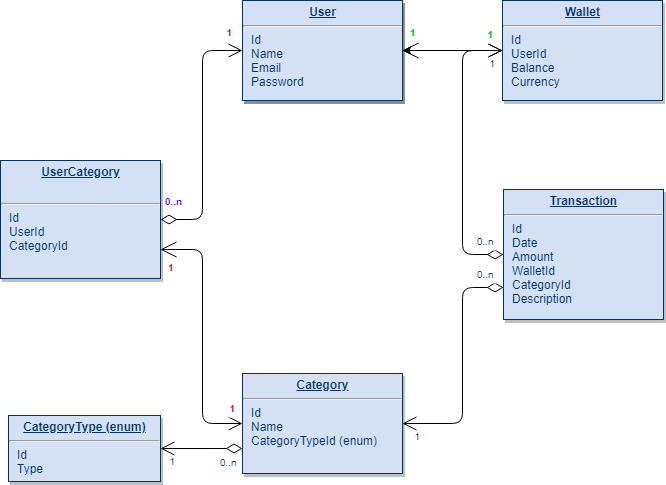
This is model/uml/UML Scheme.png from AzatOmarov/Budget, a draw.io export, as it was before one commit. Source tidied: cells renumbered, new cells last; positions are measured from the earlier drawing's top-left corner, leaving out a move shared by most shapes.
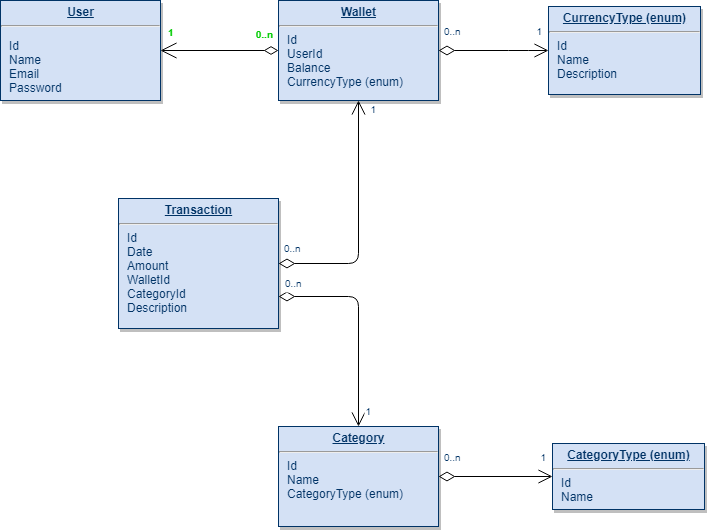
Above is the later version.

Commit message:
add new uml scheme, pictures for design

Change to the diagram source:
```diff
@@ -3,126 +3,99 @@
     <mxCell id="0" />
     <mxCell id="1" parent="0" />
     <mxCell id="2" value="&lt;p style=&quot;margin: 0px ; margin-top: 4px ; text-align: center ; text-decoration: underline&quot;&gt;&lt;strong&gt;User&lt;/strong&gt;&lt;/p&gt;&lt;hr&gt;&lt;p style=&quot;margin: 0px 0px 0px 8px ; font-size: 5px&quot;&gt;&lt;br&gt;&lt;/p&gt;&lt;p style=&quot;margin: 0px ; margin-left: 8px&quot;&gt;Id&lt;/p&gt;&lt;p style=&quot;margin: 0px ; margin-left: 8px&quot;&gt;Name&lt;br&gt;&lt;/p&gt;&lt;p style=&quot;margin: 0px ; margin-left: 8px&quot;&gt;Email&lt;/p&gt;&lt;p style=&quot;margin: 0px ; margin-left: 8px&quot;&gt;Password&lt;/p&gt;" style="verticalAlign=top;align=left;overflow=fill;fontSize=12;fontFamily=Helvetica;html=1;strokeColor=#003366;shadow=1;fillColor=#D4E1F5;fontColor=#003366;" parent="1" vertex="1">
-      <mxGeometry x="242" width="160" height="100" as="geometry" />
+      <mxGeometry x="-11" y="2" width="160" height="100" as="geometry" />
     </mxCell>
-    <mxCell id="3" style="edgeStyle=orthogonalEdgeStyle;rounded=0;jettySize=auto;html=1;" parent="1" edge="1" source="4" target="5">
-      <mxGeometry relative="1" as="geometry" />
-    </mxCell>
-    <mxCell id="4" value="&lt;p style=&quot;margin: 0px ; margin-top: 4px ; text-align: center ; text-decoration: underline&quot;&gt;&lt;strong&gt;Wallet&lt;/strong&gt;&lt;/p&gt;&lt;hr&gt;&lt;p style=&quot;margin: 0px ; margin-left: 8px&quot;&gt;Id&lt;/p&gt;&lt;p style=&quot;margin: 0px ; margin-left: 8px&quot;&gt;UserId&lt;br&gt;&lt;/p&gt;&lt;p style=&quot;margin: 0px ; margin-left: 8px&quot;&gt;Balance&lt;/p&gt;&lt;p style=&quot;margin: 0px ; margin-left: 8px&quot;&gt;Currency&lt;/p&gt;" style="verticalAlign=top;align=left;overflow=fill;fontSize=12;fontFamily=Helvetica;html=1;strokeColor=#003366;shadow=1;fillColor=#D4E1F5;fontColor=#003366;" parent="1" vertex="1">
-      <mxGeometry x="502" width="160" height="100" as="geometry" />
+    <mxCell id="4" value="&lt;p style=&quot;margin: 0px ; margin-top: 4px ; text-align: center ; text-decoration: underline&quot;&gt;&lt;strong&gt;Wallet&lt;/strong&gt;&lt;/p&gt;&lt;hr&gt;&lt;p style=&quot;margin: 0px ; margin-left: 8px&quot;&gt;Id&lt;/p&gt;&lt;p style=&quot;margin: 0px ; margin-left: 8px&quot;&gt;UserId&lt;br&gt;&lt;/p&gt;&lt;p style=&quot;margin: 0px ; margin-left: 8px&quot;&gt;Balance&lt;/p&gt;&lt;p style=&quot;margin: 0px ; margin-left: 8px&quot;&gt;CurrencyType (enum)&lt;/p&gt;" style="verticalAlign=top;align=left;overflow=fill;fontSize=12;fontFamily=Helvetica;html=1;strokeColor=#003366;shadow=1;fillColor=#D4E1F5;fontColor=#003366;" parent="1" vertex="1">
+      <mxGeometry x="267" y="2" width="160" height="100" as="geometry" />
     </mxCell>
-    <mxCell id="5" value="&lt;p style=&quot;margin: 0px ; margin-top: 4px ; text-align: center ; text-decoration: underline&quot;&gt;&lt;strong&gt;User&lt;/strong&gt;&lt;/p&gt;&lt;hr&gt;&lt;p style=&quot;margin: 0px ; margin-left: 8px&quot;&gt;Id&lt;/p&gt;&lt;p style=&quot;margin: 0px ; margin-left: 8px&quot;&gt;Name&lt;br&gt;&lt;/p&gt;&lt;p style=&quot;margin: 0px ; margin-left: 8px&quot;&gt;Email&lt;/p&gt;&lt;p style=&quot;margin: 0px ; margin-left: 8px&quot;&gt;Password&lt;/p&gt;" style="verticalAlign=top;align=left;overflow=fill;fontSize=12;fontFamily=Helvetica;html=1;strokeColor=#003366;shadow=1;fillColor=#D4E1F5;fontColor=#003366;" parent="1" vertex="1">
-      <mxGeometry x="242" width="160" height="100" as="geometry" />
-    </mxCell>
-    <mxCell id="6" style="endArrow=open;endSize=12;startArrow=open;startSize=14;startFill=0;edgeStyle=orthogonalEdgeStyle;exitX=1;exitY=0.5;exitDx=0;exitDy=0;entryX=0;entryY=0.5;entryDx=0;entryDy=0;" parent="1" edge="1" source="2" target="4">
-      <mxGeometry x="529.4" y="210" as="geometry" />
+    <mxCell id="6" style="endArrow=diamondThin;endSize=12;startArrow=open;startSize=14;startFill=0;edgeStyle=orthogonalEdgeStyle;exitX=1;exitY=0.5;exitDx=0;exitDy=0;entryX=0;entryY=0.5;entryDx=0;entryDy=0;endFill=0;" parent="1" edge="1" source="2" target="4">
+      <mxGeometry x="514.4" y="212" as="geometry" />
     </mxCell>
     <mxCell id="7" value="1" style="align=left;verticalAlign=top;labelBackgroundColor=#ffffff;fontSize=10;strokeColor=#003366;shadow=1;fillColor=#D4E1F5;fontColor=#00CC00;fontStyle=1;" parent="6" vertex="1">
       <mxGeometry x="-1" relative="1" as="geometry">
         <mxPoint x="5" y="-31" as="offset" />
       </mxGeometry>
     </mxCell>
-    <mxCell id="8" value="1" style="align=right;verticalAlign=top;labelBackgroundColor=#ffffff;fontSize=10;strokeColor=#003366;shadow=1;fillColor=#D4E1F5;fontColor=#00CC00;spacing=2;fontStyle=1;" parent="6" vertex="1">
+    <mxCell id="8" value="0..n" style="align=right;verticalAlign=top;labelBackgroundColor=#ffffff;fontSize=10;strokeColor=#003366;shadow=1;fillColor=#D4E1F5;fontColor=#00CC00;spacing=2;fontStyle=1;" parent="6" vertex="1">
       <mxGeometry x="1" relative="1" as="geometry">
-        <mxPoint x="-7" y="-29" as="offset" />
+        <mxPoint x="-3" y="-29" as="offset" />
       </mxGeometry>
     </mxCell>
-    <mxCell id="9" value="&lt;p style=&quot;margin: 0px ; margin-top: 4px ; text-align: center ; text-decoration: underline&quot;&gt;&lt;b&gt;UserCategory&lt;/b&gt;&lt;/p&gt;&lt;p style=&quot;margin: 0px ; margin-top: 4px ; text-align: center ; text-decoration: underline&quot;&gt;&lt;br&gt;&lt;/p&gt;&lt;hr&gt;&lt;p style=&quot;margin: 0px ; margin-left: 8px&quot;&gt;Id&lt;/p&gt;&lt;p style=&quot;margin: 0px ; margin-left: 8px&quot;&gt;&lt;span&gt;UserId&lt;/span&gt;&lt;/p&gt;&lt;p style=&quot;margin: 0px ; margin-left: 8px&quot;&gt;CategoryId&amp;nbsp;&lt;/p&gt;" style="verticalAlign=top;align=left;overflow=fill;fontSize=12;fontFamily=Helvetica;html=1;strokeColor=#003366;shadow=1;fillColor=#D4E1F5;fontColor=#003366;" parent="1" vertex="1">
-      <mxGeometry y="160" width="160" height="118" as="geometry" />
-    </mxCell>
     <mxCell id="10" value="&lt;p style=&quot;margin: 0px ; margin-top: 4px ; text-align: center ; text-decoration: underline&quot;&gt;&lt;strong&gt;Transaction&lt;/strong&gt;&lt;/p&gt;&lt;hr&gt;&lt;p style=&quot;margin: 0px ; margin-left: 8px&quot;&gt;Id&lt;/p&gt;&lt;p style=&quot;margin: 0px ; margin-left: 8px&quot;&gt;Date&lt;/p&gt;&lt;p style=&quot;margin: 0px ; margin-left: 8px&quot;&gt;Amount&lt;/p&gt;&lt;p style=&quot;margin: 0px ; margin-left: 8px&quot;&gt;WalletId&lt;/p&gt;&lt;p style=&quot;margin: 0px ; margin-left: 8px&quot;&gt;CategoryId&lt;/p&gt;&lt;p style=&quot;margin: 0px ; margin-left: 8px&quot;&gt;Description&lt;/p&gt;" style="verticalAlign=top;align=left;overflow=fill;fontSize=12;fontFamily=Helvetica;html=1;strokeColor=#003366;shadow=1;fillColor=#D4E1F5;fontColor=#003366;" parent="1" vertex="1">
-      <mxGeometry x="503" y="189" width="160" height="130" as="geometry" />
+      <mxGeometry x="107" y="200" width="160" height="130" as="geometry" />
     </mxCell>
-    <mxCell id="11" style="endArrow=open;endSize=12;startArrow=diamondThin;startSize=14;startFill=0;edgeStyle=orthogonalEdgeStyle;entryX=1;entryY=0.5;entryDx=0;entryDy=0;exitX=0;exitY=0.75;exitDx=0;exitDy=0;" parent="1" edge="1" source="10" target="14">
-      <mxGeometry x="729.4" y="772" as="geometry">
+    <mxCell id="11" style="endArrow=open;endSize=12;startArrow=diamondThin;startSize=14;startFill=0;edgeStyle=orthogonalEdgeStyle;exitX=1;exitY=0.75;exitDx=0;exitDy=0;entryX=0.5;entryY=0;entryDx=0;entryDy=0;" parent="1" edge="1" source="10" target="14">
+      <mxGeometry x="714.4" y="774" as="geometry">
         <Array as="points">
-          <mxPoint x="462" y="287" />
-          <mxPoint x="462" y="423" />
+          <mxPoint x="347" y="298" />
         </Array>
       </mxGeometry>
     </mxCell>
     <mxCell id="12" value="0..n" style="align=left;verticalAlign=top;labelBackgroundColor=#ffffff;fontSize=10;strokeColor=#003366;shadow=1;fillColor=#D4E1F5;fontColor=#003366;" parent="11" vertex="1">
       <mxGeometry x="-1" relative="1" as="geometry">
-        <mxPoint x="-29" y="-26" as="offset" />
+        <mxPoint x="4" y="-26" as="offset" />
       </mxGeometry>
     </mxCell>
     <mxCell id="13" value="1" style="align=right;verticalAlign=top;labelBackgroundColor=#ffffff;fontSize=10;strokeColor=#003366;shadow=1;fillColor=#D4E1F5;fontColor=#003366;" parent="11" vertex="1">
       <mxGeometry x="1" relative="1" as="geometry">
-        <mxPoint x="20" as="offset" />
+        <mxPoint x="15" y="-28" as="offset" />
       </mxGeometry>
     </mxCell>
-    <mxCell id="14" value="&lt;p style=&quot;margin: 0px ; margin-top: 4px ; text-align: center ; text-decoration: underline&quot;&gt;&lt;strong&gt;Category&lt;/strong&gt;&lt;/p&gt;&lt;hr&gt;&lt;p style=&quot;margin: 0px ; margin-left: 8px&quot;&gt;Id&lt;/p&gt;&lt;p style=&quot;margin: 0px ; margin-left: 8px&quot;&gt;&lt;span&gt;Name&lt;/span&gt;&lt;/p&gt;&lt;p style=&quot;margin: 0px ; margin-left: 8px&quot;&gt;&lt;span&gt;CategoryTypeId (enum)&lt;/span&gt;&lt;/p&gt;" style="verticalAlign=top;align=left;overflow=fill;fontSize=12;fontFamily=Helvetica;html=1;strokeColor=#003366;shadow=1;fillColor=#D4E1F5;fontColor=#003366;" parent="1" vertex="1">
-      <mxGeometry x="242" y="373" width="160" height="100" as="geometry" />
+    <mxCell id="14" value="&lt;p style=&quot;margin: 0px ; margin-top: 4px ; text-align: center ; text-decoration: underline&quot;&gt;&lt;strong&gt;Category&lt;/strong&gt;&lt;/p&gt;&lt;hr&gt;&lt;p style=&quot;margin: 0px ; margin-left: 8px&quot;&gt;Id&lt;/p&gt;&lt;p style=&quot;margin: 0px ; margin-left: 8px&quot;&gt;&lt;span&gt;Name&lt;/span&gt;&lt;/p&gt;&lt;p style=&quot;margin: 0px ; margin-left: 8px&quot;&gt;&lt;span&gt;CategoryType (enum)&lt;/span&gt;&lt;/p&gt;" style="verticalAlign=top;align=left;overflow=fill;fontSize=12;fontFamily=Helvetica;html=1;strokeColor=#003366;shadow=1;fillColor=#D4E1F5;fontColor=#003366;" parent="1" vertex="1">
+      <mxGeometry x="267" y="428" width="160" height="100" as="geometry" />
     </mxCell>
-    <mxCell id="15" value="&lt;p style=&quot;margin: 0px ; margin-top: 4px ; text-align: center ; text-decoration: underline&quot;&gt;&lt;strong&gt;CategoryType (enum)&lt;/strong&gt;&lt;/p&gt;&lt;hr&gt;&lt;p style=&quot;margin: 0px ; margin-left: 8px&quot;&gt;Id&lt;/p&gt;&lt;p style=&quot;margin: 0px ; margin-left: 8px&quot;&gt;&lt;span&gt;Type&lt;/span&gt;&lt;/p&gt;" style="verticalAlign=top;align=left;overflow=fill;fontSize=12;fontFamily=Helvetica;html=1;strokeColor=#003366;shadow=1;fillColor=#D4E1F5;fontColor=#003366;" parent="1" vertex="1">
-      <mxGeometry x="8" y="415" width="152" height="66" as="geometry" />
+    <mxCell id="15" value="&lt;p style=&quot;margin: 0px ; margin-top: 4px ; text-align: center ; text-decoration: underline&quot;&gt;&lt;strong&gt;CategoryType (enum)&lt;/strong&gt;&lt;/p&gt;&lt;hr&gt;&lt;p style=&quot;margin: 0px ; margin-left: 8px&quot;&gt;Id&lt;/p&gt;&lt;p style=&quot;margin: 0px ; margin-left: 8px&quot;&gt;Name&lt;/p&gt;" style="verticalAlign=top;align=left;overflow=fill;fontSize=12;fontFamily=Helvetica;html=1;strokeColor=#003366;shadow=1;fillColor=#D4E1F5;fontColor=#003366;" parent="1" vertex="1">
+      <mxGeometry x="541" y="445" width="152" height="66" as="geometry" />
     </mxCell>
-    <mxCell id="16" style="endArrow=open;endSize=12;startArrow=diamondThin;startSize=14;startFill=0;edgeStyle=orthogonalEdgeStyle;exitX=1;exitY=0.5;exitDx=0;exitDy=0;entryX=0;entryY=0.5;entryDx=0;entryDy=0;" parent="1" edge="1" source="9" target="2">
-      <mxGeometry x="800.4" y="210" as="geometry">
-        <Array as="points">
-          <mxPoint x="202" y="219" />
-          <mxPoint x="202" y="50" />
-        </Array>
-      </mxGeometry>
-    </mxCell>
-    <mxCell id="17" value="0..n" style="align=left;verticalAlign=top;labelBackgroundColor=#ffffff;fontSize=10;strokeColor=#003366;shadow=1;fillColor=#D4E1F5;fontColor=#6600CC;fontStyle=1;" parent="16" vertex="1">
-      <mxGeometry x="-1" relative="1" as="geometry">
-        <mxPoint x="2" y="-31" as="offset" />
-      </mxGeometry>
-    </mxCell>
-    <mxCell id="18" value="1" style="align=right;verticalAlign=top;labelBackgroundColor=#ffffff;fontSize=10;strokeColor=#003366;shadow=1;fillColor=#D4E1F5;fontColor=#6600CC;fontStyle=1;" parent="16" vertex="1">
-      <mxGeometry x="1" relative="1" as="geometry">
-        <mxPoint x="-8" y="-31" as="offset" />
-      </mxGeometry>
-    </mxCell>
-    <mxCell id="19" style="endArrow=open;endSize=12;startArrow=open;startSize=14;startFill=0;edgeStyle=orthogonalEdgeStyle;exitX=1;exitY=0.75;exitDx=0;exitDy=0;entryX=0;entryY=0.5;entryDx=0;entryDy=0;" parent="1" edge="1" source="9" target="14">
-      <mxGeometry x="810.4" y="220" as="geometry">
-        <Array as="points">
-          <mxPoint x="202" y="249" />
-          <mxPoint x="202" y="423" />
-        </Array>
-      </mxGeometry>
-    </mxCell>
-    <mxCell id="20" value="1" style="align=left;verticalAlign=top;labelBackgroundColor=#ffffff;fontSize=10;strokeColor=#003366;shadow=1;fillColor=#D4E1F5;fontColor=#CC0000;fontStyle=1;" parent="19" vertex="1">
-      <mxGeometry x="-1" relative="1" as="geometry">
-        <mxPoint x="5" y="5" as="offset" />
-      </mxGeometry>
-    </mxCell>
-    <mxCell id="21" value="1" style="align=right;verticalAlign=top;labelBackgroundColor=#ffffff;fontSize=10;strokeColor=#003366;shadow=1;fillColor=#D4E1F5;fontColor=#CC0000;fontStyle=1;" parent="19" vertex="1">
-      <mxGeometry x="1" relative="1" as="geometry">
-        <mxPoint x="-5" y="-28" as="offset" />
-      </mxGeometry>
-    </mxCell>
-    <mxCell id="22" style="endArrow=open;endSize=12;startArrow=diamondThin;startSize=14;startFill=0;edgeStyle=orthogonalEdgeStyle;entryX=1;entryY=0.5;entryDx=0;entryDy=0;exitX=0;exitY=0.75;exitDx=0;exitDy=0;" parent="1" edge="1" source="14" target="15">
-      <mxGeometry x="872.4" y="909" as="geometry" />
-    </mxCell>
-    <mxCell id="23" value="0..n" style="align=left;verticalAlign=top;labelBackgroundColor=#ffffff;fontSize=10;strokeColor=#003366;shadow=1;fillColor=#D4E1F5;fontColor=#003366;" parent="22" vertex="1">
-      <mxGeometry x="-1" relative="1" as="geometry">
-        <mxPoint x="-25" y="1" as="offset" />
-      </mxGeometry>
-    </mxCell>
-    <mxCell id="24" value="1" style="align=right;verticalAlign=top;labelBackgroundColor=#ffffff;fontSize=10;strokeColor=#003366;shadow=1;fillColor=#D4E1F5;fontColor=#003366;" parent="22" vertex="1">
-      <mxGeometry x="1" relative="1" as="geometry">
-        <mxPoint x="17" as="offset" />
-      </mxGeometry>
-    </mxCell>
-    <mxCell id="25" style="endArrow=open;endSize=12;startArrow=diamondThin;startSize=14;startFill=0;edgeStyle=orthogonalEdgeStyle;exitX=0;exitY=0.5;exitDx=0;exitDy=0;entryX=0;entryY=0.5;entryDx=0;entryDy=0;" parent="1" edge="1" source="10" target="4">
-      <mxGeometry x="739.4" y="782" as="geometry">
+    <mxCell id="25" style="endArrow=open;endSize=12;startArrow=diamondThin;startSize=14;startFill=0;edgeStyle=orthogonalEdgeStyle;exitX=1;exitY=0.5;exitDx=0;exitDy=0;entryX=0.5;entryY=1;entryDx=0;entryDy=0;" parent="1" edge="1" source="10" target="4">
+      <mxGeometry x="724.4" y="784" as="geometry">
         <Array as="points">
-          <mxPoint x="462" y="254" />
-          <mxPoint x="462" y="50" />
+          <mxPoint x="347" y="265" />
         </Array>
       </mxGeometry>
     </mxCell>
     <mxCell id="26" value="0..n" style="align=left;verticalAlign=top;labelBackgroundColor=#ffffff;fontSize=10;strokeColor=#003366;shadow=1;fillColor=#D4E1F5;fontColor=#003366;" parent="25" vertex="1">
       <mxGeometry x="-1" relative="1" as="geometry">
-        <mxPoint x="-29" y="-26" as="offset" />
+        <mxPoint x="3" y="-28" as="offset" />
       </mxGeometry>
     </mxCell>
     <mxCell id="27" value="1" style="align=right;verticalAlign=top;labelBackgroundColor=#ffffff;fontSize=10;strokeColor=#003366;shadow=1;fillColor=#D4E1F5;fontColor=#003366;" parent="25" vertex="1">
       <mxGeometry x="1" relative="1" as="geometry">
-        <mxPoint x="-5" as="offset" />
+        <mxPoint x="20" y="-4" as="offset" />
       </mxGeometry>
     </mxCell>
+    <mxCell id="28" value="&lt;p style=&quot;margin: 0px ; margin-top: 4px ; text-align: center ; text-decoration: underline&quot;&gt;&lt;strong&gt;CurrencyType (enum)&lt;/strong&gt;&lt;/p&gt;&lt;hr&gt;&lt;p style=&quot;margin: 0px ; margin-left: 8px&quot;&gt;Id&lt;/p&gt;&lt;p style=&quot;margin: 0px ; margin-left: 8px&quot;&gt;Name&lt;/p&gt;&lt;p style=&quot;margin: 0px ; margin-left: 8px&quot;&gt;Description&lt;/p&gt;" style="verticalAlign=top;align=left;overflow=fill;fontSize=12;fontFamily=Helvetica;html=1;strokeColor=#003366;shadow=1;fillColor=#D4E1F5;fontColor=#003366;" parent="1" vertex="1">
+      <mxGeometry x="537" y="8" width="152" height="88" as="geometry" />
+    </mxCell>
+    <mxCell id="29" style="endArrow=open;endSize=12;startArrow=diamondThin;startSize=14;startFill=0;edgeStyle=orthogonalEdgeStyle;exitX=1;exitY=0.5;exitDx=0;exitDy=0;entryX=0;entryY=0.5;entryDx=0;entryDy=0;" parent="1" edge="1" source="4" target="28">
+      <mxGeometry x="1275.4" y="570" as="geometry">
+        <Array as="points">
+          <mxPoint x="507" y="52" />
+        </Array>
+      </mxGeometry>
+    </mxCell>
+    <mxCell id="30" value="0..n" style="align=left;verticalAlign=top;labelBackgroundColor=#ffffff;fontSize=10;strokeColor=#003366;shadow=1;fillColor=#D4E1F5;fontColor=#003366;" parent="29" vertex="1">
+      <mxGeometry x="-1" relative="1" as="geometry">
+        <mxPoint x="3" y="-32" as="offset" />
+      </mxGeometry>
+    </mxCell>
+    <mxCell id="31" value="1" style="align=right;verticalAlign=top;labelBackgroundColor=#ffffff;fontSize=10;strokeColor=#003366;shadow=1;fillColor=#D4E1F5;fontColor=#003366;" parent="29" vertex="1">
+      <mxGeometry x="1" relative="1" as="geometry">
+        <mxPoint x="-4" y="-32" as="offset" />
+      </mxGeometry>
+    </mxCell>
+    <mxCell id="22" style="endArrow=open;endSize=12;startArrow=diamondThin;startSize=14;startFill=0;edgeStyle=orthogonalEdgeStyle;exitX=1;exitY=0.5;exitDx=0;exitDy=0;" parent="1" edge="1" source="14" target="15">
+      <mxGeometry x="1275.4" y="1018" as="geometry" />
+    </mxCell>
+    <mxCell id="32" value="0..n" style="align=left;verticalAlign=top;labelBackgroundColor=#ffffff;fontSize=10;strokeColor=#003366;shadow=1;fillColor=#D4E1F5;fontColor=#003366;" parent="22" vertex="1">
+      <mxGeometry x="-1" relative="1" as="geometry">
+        <mxPoint x="3" y="-32" as="offset" />
+      </mxGeometry>
+    </mxCell>
+    <mxCell id="33" value="1" style="align=right;verticalAlign=top;labelBackgroundColor=#ffffff;fontSize=10;strokeColor=#003366;shadow=1;fillColor=#D4E1F5;fontColor=#003366;" parent="22" vertex="1">
+      <mxGeometry x="1" relative="1" as="geometry">
+        <mxPoint x="-4" y="-32" as="offset" />
+      </mxGeometry>
+    </mxCell>
   </root>
 </mxGraphModel>
```
